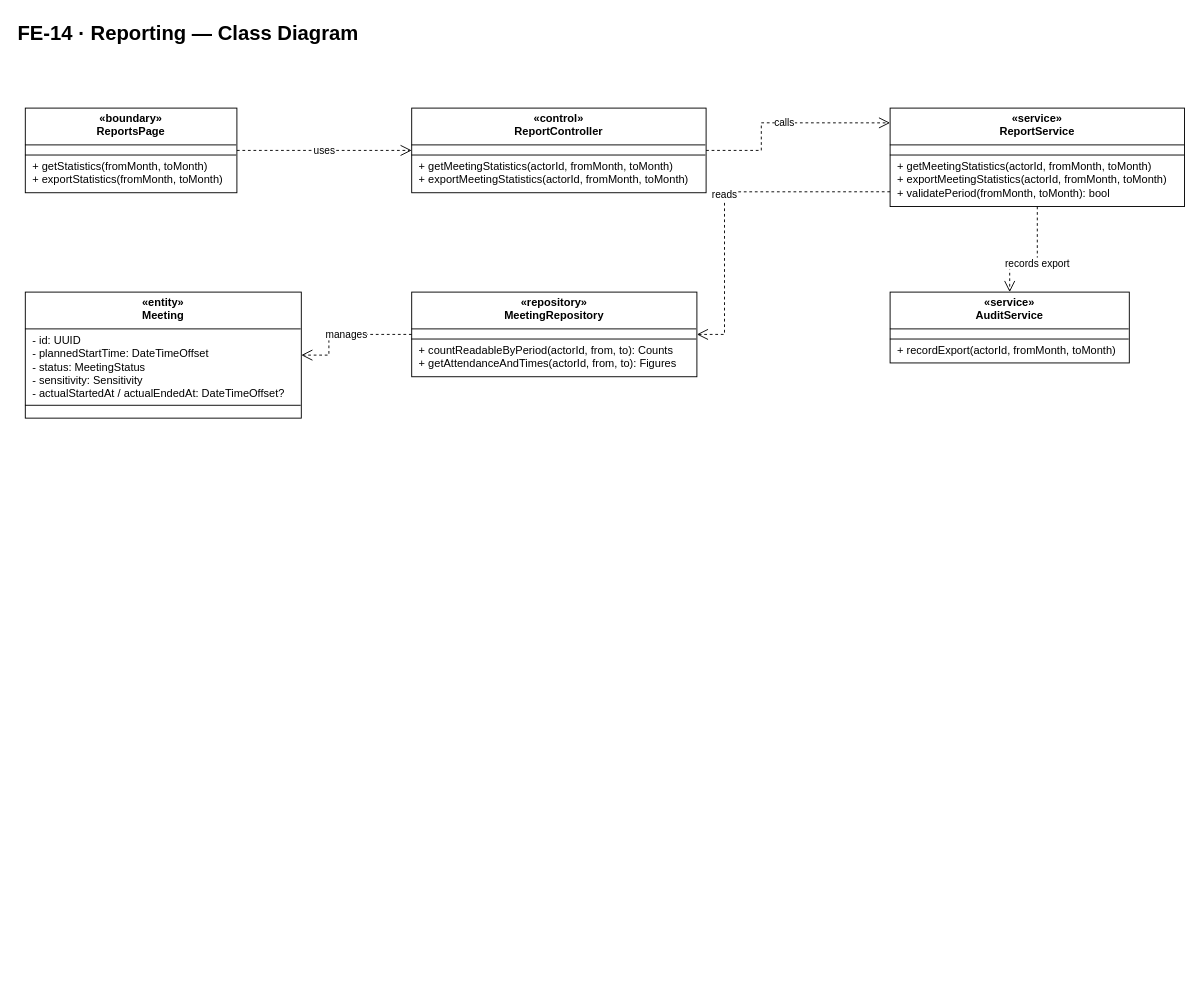
callmehai/FU-FA26-G116 keeps this draw.io diagram as docs/07-classdiagram/feature-14-reporting-class-diagram.drawio. Above is the earlier version. Source tidied: cells renumbered, new cells numbered last; positions are measured from the earlier drawing's top-left corner, leaving out a move shared by most shapes. Both pictures are drawn from the tidied source at 92%, with x=0, y=0 at pixel (16, 16).
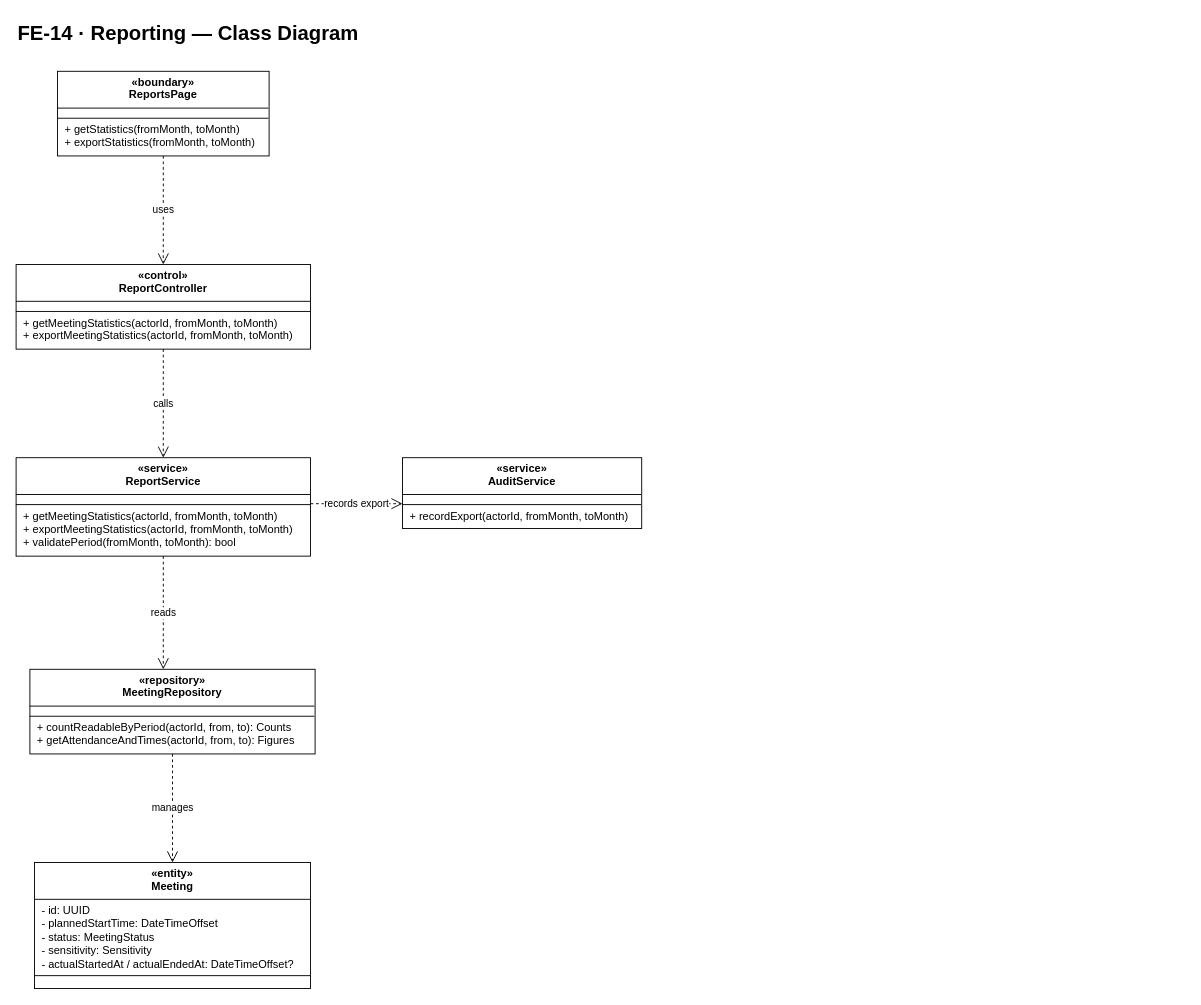
The same diagram, later.

Diff of the diagram source:
```diff
@@
     <mxCell id="3" value="&lt;div style=&quot;text-align:center;font-weight:bold;padding:5px 4px 4px 4px;height:31px;&quot;&gt;«boundary»&lt;br&gt;ReportsPage&lt;/div&gt;&lt;hr style=&quot;margin:0;border:none;border-top:1px solid #000000;height:0;&quot;&gt;&lt;div style=&quot;text-align:left;padding:5px 8px 5px 8px;white-space:nowrap;&quot;&gt;&lt;/div&gt;&lt;hr style=&quot;margin:0;border:none;border-top:1px solid #000000;height:0;&quot;&gt;&lt;div style=&quot;text-align:left;padding:5px 8px 5px 8px;white-space:nowrap;&quot;&gt;+ getStatistics(fromMonth, toMonth)&lt;br&gt;+ exportStatistics(fromMonth, toMonth)&lt;/div&gt;" style="rounded=0;whiteSpace=wrap;html=1;align=left;verticalAlign=top;spacing=0;overflow=fill;fillColor=#ffffff;strokeColor=#000000;fontSize=12;fontFamily=Helvetica;fontColor=#000000;" parent="1" vertex="1">
-      <mxGeometry x="10" y="100" width="230" height="92" as="geometry" />
+      <mxGeometry x="45" y="60" width="230" height="92" as="geometry" />
     </mxCell>
     <mxCell id="4" value="&lt;div style=&quot;text-align:center;font-weight:bold;padding:5px 4px 4px 4px;height:31px;&quot;&gt;«control»&lt;br&gt;ReportController&lt;/div&gt;&lt;hr style=&quot;margin:0;border:none;border-top:1px solid #000000;height:0;&quot;&gt;&lt;div style=&quot;text-align:left;padding:5px 8px 5px 8px;white-space:nowrap;&quot;&gt;&lt;/div&gt;&lt;hr style=&quot;margin:0;border:none;border-top:1px solid #000000;height:0;&quot;&gt;&lt;div style=&quot;text-align:left;padding:5px 8px 5px 8px;white-space:nowrap;&quot;&gt;+ getMeetingStatistics(actorId, fromMonth, toMonth)&lt;br&gt;+ exportMeetingStatistics(actorId, fromMonth, toMonth)&lt;/div&gt;" style="rounded=0;whiteSpace=wrap;html=1;align=left;verticalAlign=top;spacing=0;overflow=fill;fillColor=#ffffff;strokeColor=#000000;fontSize=12;fontFamily=Helvetica;fontColor=#000000;" parent="1" vertex="1">
-      <mxGeometry x="430" y="100" width="320" height="92" as="geometry" />
+      <mxGeometry y="270" width="320" height="92" as="geometry" />
     </mxCell>
     <mxCell id="5" value="&lt;div style=&quot;text-align:center;font-weight:bold;padding:5px 4px 4px 4px;height:31px;&quot;&gt;«service»&lt;br&gt;ReportService&lt;/div&gt;&lt;hr style=&quot;margin:0;border:none;border-top:1px solid #000000;height:0;&quot;&gt;&lt;div style=&quot;text-align:left;padding:5px 8px 5px 8px;white-space:nowrap;&quot;&gt;&lt;/div&gt;&lt;hr style=&quot;margin:0;border:none;border-top:1px solid #000000;height:0;&quot;&gt;&lt;div style=&quot;text-align:left;padding:5px 8px 5px 8px;white-space:nowrap;&quot;&gt;+ getMeetingStatistics(actorId, fromMonth, toMonth)&lt;br&gt;+ exportMeetingStatistics(actorId, fromMonth, toMonth)&lt;br&gt;+ validatePeriod(fromMonth, toMonth): bool&lt;/div&gt;" style="rounded=0;whiteSpace=wrap;html=1;align=left;verticalAlign=top;spacing=0;overflow=fill;fillColor=#ffffff;strokeColor=#000000;fontSize=12;fontFamily=Helvetica;fontColor=#000000;" parent="1" vertex="1">
-      <mxGeometry x="950" y="100" width="320" height="107" as="geometry" />
+      <mxGeometry y="480" width="320" height="107" as="geometry" />
     </mxCell>
     <mxCell id="6" value="&lt;div style=&quot;text-align:center;font-weight:bold;padding:5px 4px 4px 4px;height:31px;&quot;&gt;«repository»&lt;br&gt;MeetingRepository&lt;/div&gt;&lt;hr style=&quot;margin:0;border:none;border-top:1px solid #000000;height:0;&quot;&gt;&lt;div style=&quot;text-align:left;padding:5px 8px 5px 8px;white-space:nowrap;&quot;&gt;&lt;/div&gt;&lt;hr style=&quot;margin:0;border:none;border-top:1px solid #000000;height:0;&quot;&gt;&lt;div style=&quot;text-align:left;padding:5px 8px 5px 8px;white-space:nowrap;&quot;&gt;+ countReadableByPeriod(actorId, from, to): Counts&lt;br&gt;+ getAttendanceAndTimes(actorId, from, to): Figures&lt;/div&gt;" style="rounded=0;whiteSpace=wrap;html=1;align=left;verticalAlign=top;spacing=0;overflow=fill;fillColor=#ffffff;strokeColor=#000000;fontSize=12;fontFamily=Helvetica;fontColor=#000000;" parent="1" vertex="1">
-      <mxGeometry x="430" y="300" width="310" height="92" as="geometry" />
+      <mxGeometry x="15" y="710" width="310" height="92" as="geometry" />
     </mxCell>
     <mxCell id="7" value="&lt;div style=&quot;text-align:center;font-weight:bold;padding:5px 4px 4px 4px;height:31px;&quot;&gt;«service»&lt;br&gt;AuditService&lt;/div&gt;&lt;hr style=&quot;margin:0;border:none;border-top:1px solid #000000;height:0;&quot;&gt;&lt;div style=&quot;text-align:left;padding:5px 8px 5px 8px;white-space:nowrap;&quot;&gt;&lt;/div&gt;&lt;hr style=&quot;margin:0;border:none;border-top:1px solid #000000;height:0;&quot;&gt;&lt;div style=&quot;text-align:left;padding:5px 8px 5px 8px;white-space:nowrap;&quot;&gt;+ recordExport(actorId, fromMonth, toMonth)&lt;/div&gt;" style="rounded=0;whiteSpace=wrap;html=1;align=left;verticalAlign=top;spacing=0;overflow=fill;fillColor=#ffffff;strokeColor=#000000;fontSize=12;fontFamily=Helvetica;fontColor=#000000;" parent="1" vertex="1">
-      <mxGeometry x="950" y="300" width="260" height="77" as="geometry" />
+      <mxGeometry x="420" y="480" width="260" height="77" as="geometry" />
     </mxCell>
     <mxCell id="8" value="&lt;div style=&quot;text-align:center;font-weight:bold;padding:5px 4px 4px 4px;height:31px;&quot;&gt;«entity»&lt;br&gt;Meeting&lt;/div&gt;&lt;hr style=&quot;margin:0;border:none;border-top:1px solid #000000;height:0;&quot;&gt;&lt;div style=&quot;text-align:left;padding:5px 8px 5px 8px;white-space:nowrap;&quot;&gt;- id: UUID&lt;br&gt;- plannedStartTime: DateTimeOffset&lt;br&gt;- status: MeetingStatus&lt;br&gt;- sensitivity: Sensitivity&lt;br&gt;- actualStartedAt / actualEndedAt: DateTimeOffset?&lt;/div&gt;&lt;hr style=&quot;margin:0;border:none;border-top:1px solid #000000;height:0;&quot;&gt;&lt;div style=&quot;text-align:left;padding:5px 8px 5px 8px;white-space:nowrap;&quot;&gt;&lt;/div&gt;" style="rounded=0;whiteSpace=wrap;html=1;align=left;verticalAlign=top;spacing=0;overflow=fill;fillColor=#ffffff;strokeColor=#000000;fontSize=12;fontFamily=Helvetica;fontColor=#000000;" parent="1" vertex="1">
-      <mxGeometry x="10" y="300" width="300" height="137" as="geometry" />
+      <mxGeometry x="20" y="920" width="300" height="137" as="geometry" />
     </mxCell>
-    <mxCell id="9" value="uses" style="edgeStyle=orthogonalEdgeStyle;jettySize=auto;html=1;dashed=1;endArrow=open;labelBackgroundColor=#ffffff;rounded=0;endSize=10;fontSize=11;fontFamily=Helvetica;exitX=1;exitY=0.5;exitDx=0;exitDy=0;entryX=0;entryY=0.5;entryDx=0;entryDy=0;" parent="1" edge="1" source="3" target="4">
+    <mxCell id="9" value="uses" style="edgeStyle=orthogonalEdgeStyle;jettySize=auto;html=1;dashed=1;endArrow=open;labelBackgroundColor=#ffffff;rounded=0;endSize=10;fontSize=11;fontFamily=Helvetica;exitX=0.5;exitY=1;exitDx=0;exitDy=0;entryX=0.5;entryY=0;entryDx=0;entryDy=0;" parent="1" edge="1" source="3" target="4">
       <mxGeometry relative="1" as="geometry" />
     </mxCell>
-    <mxCell id="10" value="calls" style="edgeStyle=orthogonalEdgeStyle;jettySize=auto;html=1;dashed=1;endArrow=open;labelBackgroundColor=#ffffff;rounded=0;endSize=10;fontSize=11;fontFamily=Helvetica;exitX=1;exitY=0.5;exitDx=0;exitDy=0;entryX=0;entryY=0.15;entryDx=0;entryDy=0;" parent="1" edge="1" source="4" target="5">
-      <mxGeometry relative="1" as="geometry">
-        <Array as="points">
-          <mxPoint x="810" y="146" />
-          <mxPoint x="810" y="116.1" />
-        </Array>
-      </mxGeometry>
+    <mxCell id="10" value="calls" style="edgeStyle=orthogonalEdgeStyle;jettySize=auto;html=1;dashed=1;endArrow=open;labelBackgroundColor=#ffffff;rounded=0;endSize=10;fontSize=11;fontFamily=Helvetica;exitX=0.5;exitY=1;exitDx=0;exitDy=0;entryX=0.5;entryY=0;entryDx=0;entryDy=0;" parent="1" edge="1" source="4" target="5">
+      <mxGeometry relative="1" as="geometry" />
     </mxCell>
-    <mxCell id="11" value="reads" style="edgeStyle=orthogonalEdgeStyle;jettySize=auto;html=1;dashed=1;endArrow=open;labelBackgroundColor=#ffffff;rounded=0;endSize=10;fontSize=11;fontFamily=Helvetica;exitX=0;exitY=0.85;exitDx=0;exitDy=0;entryX=1;entryY=0.5;entryDx=0;entryDy=0;" parent="1" edge="1" source="5" target="6">
-      <mxGeometry relative="1" as="geometry">
-        <Array as="points">
-          <mxPoint x="770" y="190.9" />
-          <mxPoint x="770" y="346" />
-        </Array>
-      </mxGeometry>
+    <mxCell id="11" value="reads" style="edgeStyle=orthogonalEdgeStyle;jettySize=auto;html=1;dashed=1;endArrow=open;labelBackgroundColor=#ffffff;rounded=0;endSize=10;fontSize=11;fontFamily=Helvetica;exitX=0.5;exitY=1;exitDx=0;exitDy=0;entryX=0.467742;entryY=0;entryDx=0;entryDy=0;" parent="1" edge="1" source="5" target="6">
+      <mxGeometry relative="1" as="geometry" />
     </mxCell>
-    <mxCell id="12" value="records export" style="edgeStyle=orthogonalEdgeStyle;jettySize=auto;html=1;dashed=1;endArrow=open;labelBackgroundColor=#ffffff;rounded=0;endSize=10;fontSize=11;fontFamily=Helvetica;exitX=0.5;exitY=1;exitDx=0;exitDy=0;entryX=0.5;entryY=0;entryDx=0;entryDy=0;" parent="1" edge="1" source="5" target="7">
-      <mxGeometry relative="1" as="geometry">
-        <Array as="points">
-          <mxPoint x="1110" y="270" />
-          <mxPoint x="1080" y="270" />
-        </Array>
-      </mxGeometry>
+    <mxCell id="12" value="records export" style="edgeStyle=orthogonalEdgeStyle;jettySize=auto;html=1;dashed=1;endArrow=open;labelBackgroundColor=#ffffff;rounded=0;endSize=10;fontSize=11;fontFamily=Helvetica;exitX=1;exitY=0.46729;exitDx=0;exitDy=0;entryX=0;entryY=0.649351;entryDx=0;entryDy=0;" parent="1" edge="1" source="5" target="7">
+      <mxGeometry relative="1" as="geometry" />
     </mxCell>
-    <mxCell id="13" value="manages" style="edgeStyle=orthogonalEdgeStyle;jettySize=auto;html=1;dashed=1;endArrow=open;labelBackgroundColor=#ffffff;rounded=0;endSize=10;fontSize=11;fontFamily=Helvetica;exitX=0;exitY=0.5;exitDx=0;exitDy=0;entryX=1;entryY=0.5;entryDx=0;entryDy=0;" parent="1" edge="1" source="6" target="8">
-      <mxGeometry relative="1" as="geometry">
-        <Array as="points">
-          <mxPoint x="340" y="346" />
-          <mxPoint x="340" y="368.5" />
-        </Array>
-      </mxGeometry>
+    <mxCell id="13" value="manages" style="edgeStyle=orthogonalEdgeStyle;jettySize=auto;html=1;dashed=1;endArrow=open;labelBackgroundColor=#ffffff;rounded=0;endSize=10;fontSize=11;fontFamily=Helvetica;exitX=0.5;exitY=1;exitDx=0;exitDy=0;entryX=0.5;entryY=0;entryDx=0;entryDy=0;" parent="1" edge="1" source="6" target="8">
+      <mxGeometry relative="1" as="geometry" />
     </mxCell>
```
